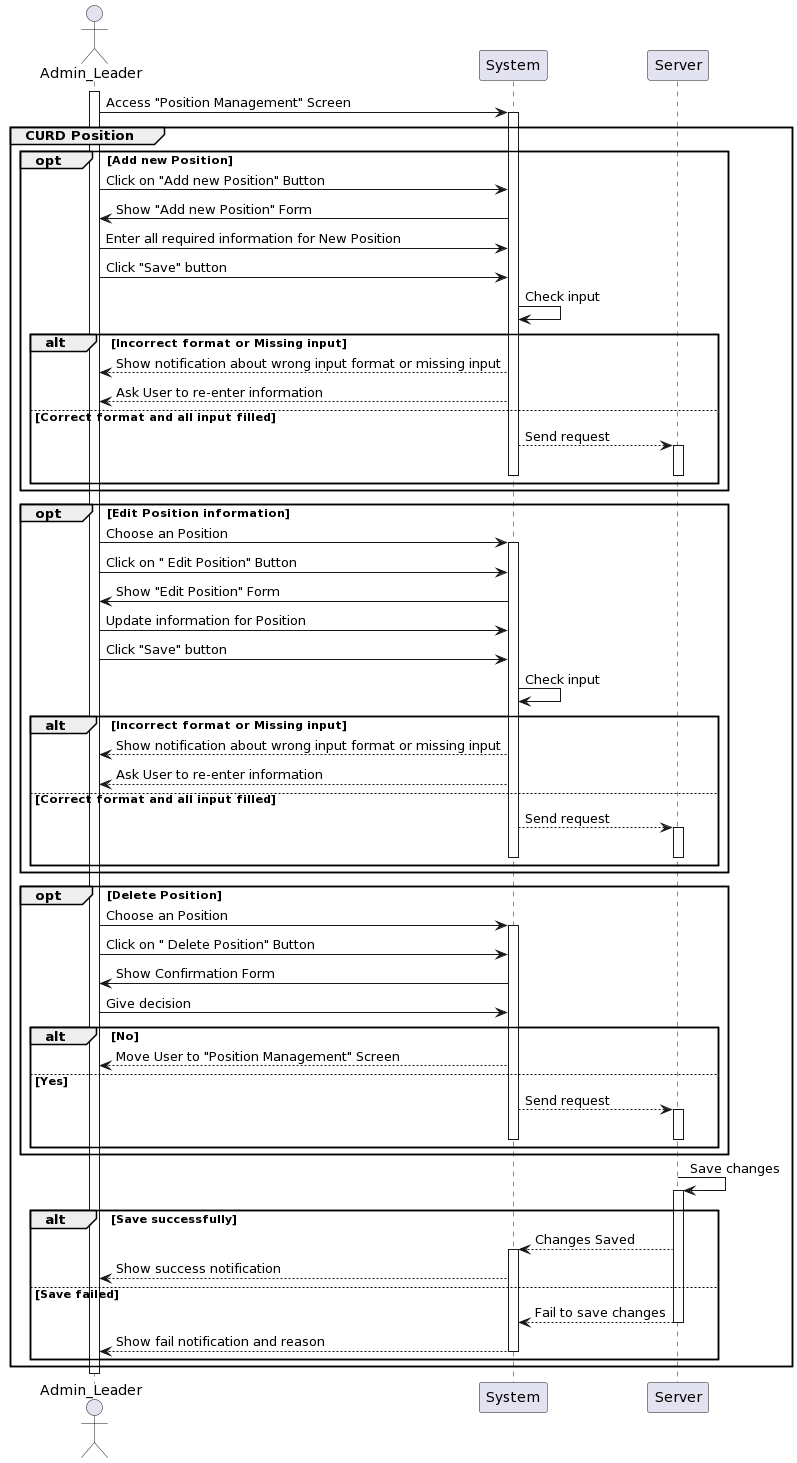
khoapham1003/SE357-Pratice-class keeps this PlantUML diagram as Lab1/Lab1.2/SequenceDiagram/SystemManagement/PositionManagement/PositionManagement_SequenceDiagram.png. Above is the earlier version. The source it was exported from:
```plantuml
@startuml
actor Admin_Leader as User
participant System
participant Server

activate User
User -> System: Access "Position Management" Screen
activate System

group CURD Position

opt Add new Position
    User -> System: Click on "Add new Position" Button
    System -> User: Show "Add new Position" Form
    User -> System: Enter all required information for New Position
    User -> System: Click "Save" button
    System -> System: Check input
    alt Incorrect format or Missing input
        System --> User: Show notification about wrong input format or missing input
        System --> User: Ask User to re-enter information
    else Correct format and all input filled
       System --> Server: Send request
activate Server
deactivate System
deactivate Server
    end
end

opt Edit Position information

    User -> System: Choose an Position
activate System
    User -> System: Click on " Edit Position" Button
    System -> User: Show "Edit Position" Form
    User -> System: Update information for Position
    User -> System: Click "Save" button
    System -> System: Check input
    alt Incorrect format or Missing input
        System --> User: Show notification about wrong input format or missing input
        System --> User: Ask User to re-enter information
    else Correct format and all input filled
       System --> Server: Send request
activate Server
deactivate System
deactivate Server
    end
end

opt Delete Position
    User -> System: Choose an Position
activate System
    User -> System: Click on " Delete Position" Button
    System -> User: Show Confirmation Form
    User -> System: Give decision
    alt No
        System--> User: Move User to "Position Management" Screen
    else Yes
       System --> Server: Send request
activate Server
deactivate System
deactivate Server
    end
end
    Server -> Server: Save changes
activate Server
    alt Save successfully
        Server --> System: Changes Saved
activate System
        System --> User: Show success notification
    else Save failed
        Server --> System: Fail to save changes
deactivate Server
        System --> User: Show fail notification and reason
deactivate System
    end
end
deactivate Server
deactivate User
@enduml
```
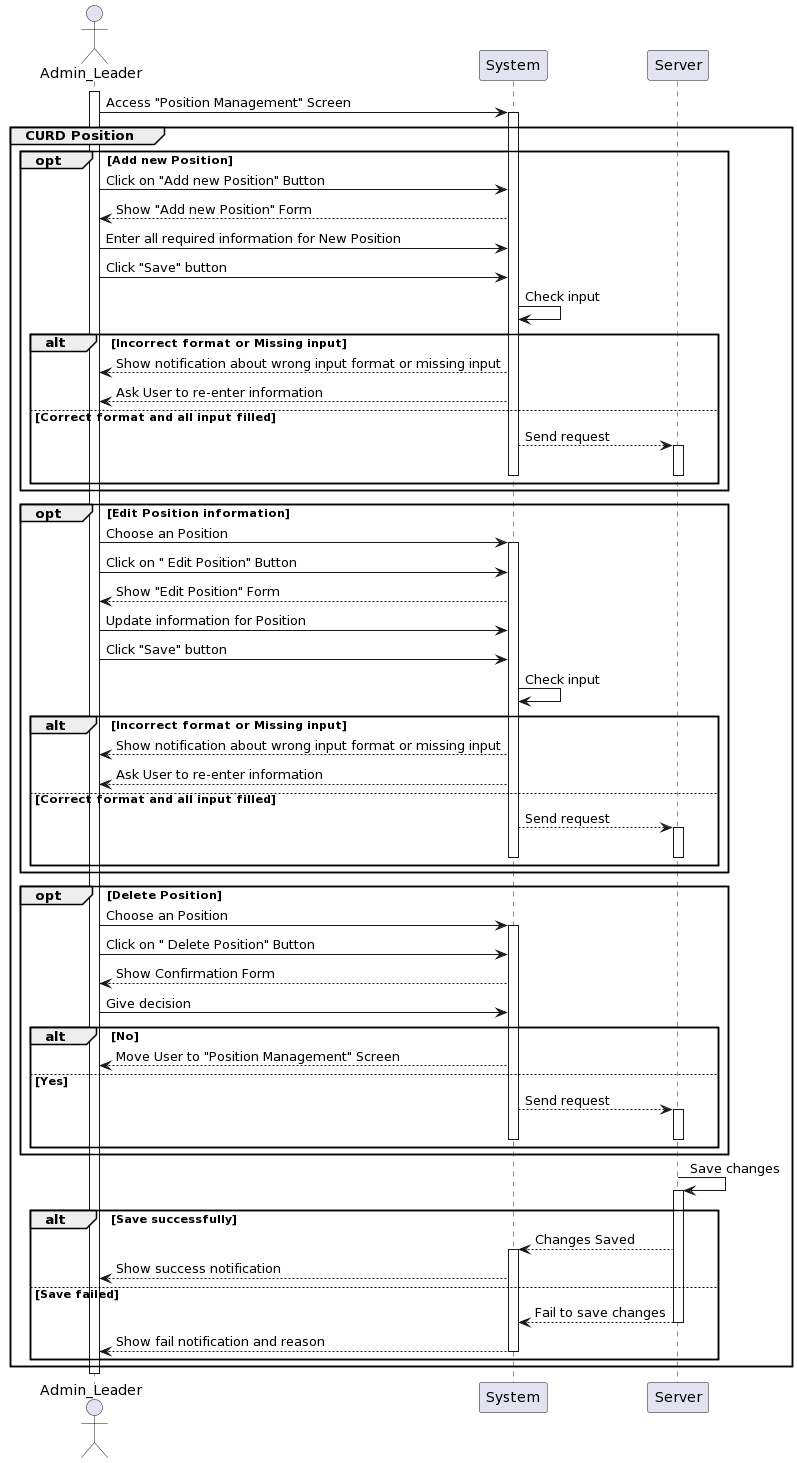
The same diagram one commit later.

What changed in the source:
```diff
@@ -11,7 +11,7 @@
 
 opt Add new Position
     User -> System: Click on "Add new Position" Button
-    System -> User: Show "Add new Position" Form
+    System --> User: Show "Add new Position" Form
     User -> System: Enter all required information for New Position
     User -> System: Click "Save" button
     System -> System: Check input
@@ -31,7 +31,7 @@
     User -> System: Choose an Position
 activate System
     User -> System: Click on " Edit Position" Button
-    System -> User: Show "Edit Position" Form
+    System --> User: Show "Edit Position" Form
     User -> System: Update information for Position
     User -> System: Click "Save" button
     System -> System: Check input
@@ -50,7 +50,7 @@
     User -> System: Choose an Position
 activate System
     User -> System: Click on " Delete Position" Button
-    System -> User: Show Confirmation Form
+    System --> User: Show Confirmation Form
     User -> System: Give decision
     alt No
         System--> User: Move User to "Position Management" Screen
```
